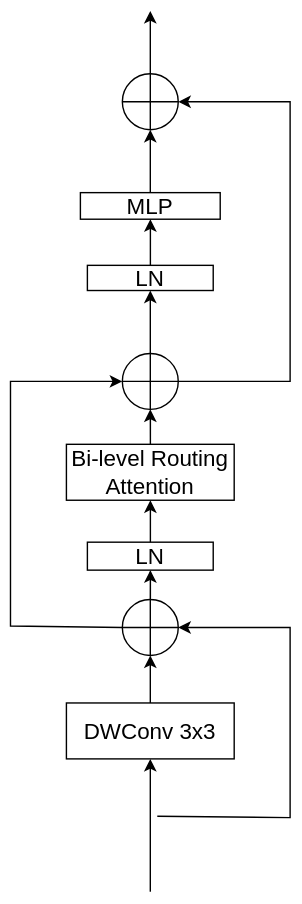
HTMLCSS-XD/draw.io keeps this draw.io diagram as BiFormer.drawio.svg. Above is the earlier version. Source tidied: cells renumbered, new cells last; positions are measured from the earlier drawing's top-left corner, leaving out a move shared by most shapes.
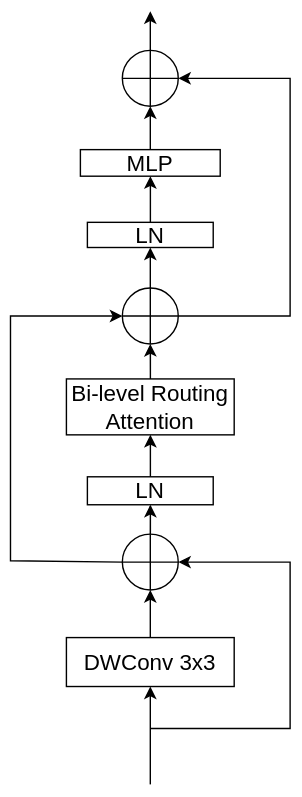
The same diagram one commit later.

What changed in the source:
```diff
@@ -6,18 +6,18 @@
       <mxGeometry relative="1" as="geometry" />
     </mxCell>
     <mxCell id="3" value="MLP" style="rounded=0;whiteSpace=wrap;html=1;fillColor=none;fontSize=16;" parent="1" vertex="1">
-      <mxGeometry x="50" y="130" width="100" height="19" as="geometry" />
+      <mxGeometry x="50" y="146" width="100" height="19" as="geometry" />
     </mxCell>
     <mxCell id="4" style="rounded=0;jettySize=auto;html=1;entryX=0.5;entryY=1;entryDx=0;entryDy=0;fontSize=16;" parent="1" edge="1" source="6" target="13">
       <mxGeometry relative="1" as="geometry" />
     </mxCell>
     <mxCell id="5" style="edgeStyle=none;rounded=0;jettySize=auto;html=1;entryX=0.5;entryY=1;entryDx=0;entryDy=0;" parent="1" edge="1" target="6">
       <mxGeometry relative="1" as="geometry">
-        <mxPoint x="100" y="630" as="sourcePoint" />
+        <mxPoint x="100" y="600" as="sourcePoint" />
       </mxGeometry>
     </mxCell>
     <mxCell id="6" value="DWConv 3x3" style="rounded=0;whiteSpace=wrap;html=1;fillColor=none;fontSize=16;" parent="1" vertex="1">
-      <mxGeometry x="40" y="495" width="120" height="40" as="geometry" />
+      <mxGeometry x="40" y="495" width="120" height="35" as="geometry" />
     </mxCell>
     <mxCell id="7" style="edgeStyle=orthogonalEdgeStyle;rounded=0;jettySize=auto;html=1;fontSize=16;" parent="1" edge="1" source="8" target="16">
       <mxGeometry relative="1" as="geometry" />
@@ -53,11 +53,11 @@
         </Array>
       </mxGeometry>
     </mxCell>
-    <mxCell id="15" style="edgeStyle=none;rounded=0;jettySize=auto;html=1;entryX=1;entryY=0.5;entryDx=0;entryDy=0;fontSize=16;" parent="1" edge="1" source="16" target="20">
+    <mxCell id="15" style="edgeStyle=none;rounded=0;jettySize=auto;html=1;entryX=1;entryY=0.5;entryDx=0;entryDy=0;fontSize=16;exitX=1;exitY=0.5;exitDx=0;exitDy=0;" parent="1" edge="1" source="16" target="20">
       <mxGeometry relative="1" as="geometry">
         <Array as="points">
           <mxPoint x="200" y="265" />
-          <mxPoint x="200" y="65" />
+          <mxPoint x="200" y="95" />
         </Array>
       </mxGeometry>
     </mxCell>
@@ -68,21 +68,22 @@
       <mxGeometry relative="1" as="geometry" />
     </mxCell>
     <mxCell id="18" value="LN" style="rounded=0;whiteSpace=wrap;html=1;fillColor=none;fontSize=16;" parent="1" vertex="1">
-      <mxGeometry x="55" y="182" width="90" height="18" as="geometry" />
+      <mxGeometry x="55" y="198" width="90" height="18" as="geometry" />
     </mxCell>
-    <mxCell id="19" style="edgeStyle=none;rounded=0;jettySize=auto;html=1;fontSize=16;" parent="1" edge="1" source="20">
+    <mxCell id="19" style="edgeStyle=none;rounded=0;orthogonalLoop=1;jettySize=auto;html=1;fontSize=16;" parent="1" edge="1">
       <mxGeometry relative="1" as="geometry">
-        <mxPoint x="100" as="targetPoint" />
+        <mxPoint x="100" y="106" as="sourcePoint" />
+        <mxPoint x="100" y="47" as="targetPoint" />
       </mxGeometry>
     </mxCell>
     <mxCell id="20" style="shape=orEllipse;perimeter=ellipsePerimeter;whiteSpace=wrap;html=1;backgroundOutline=1;fontSize=16;" parent="1" vertex="1">
-      <mxGeometry x="80" y="45" width="40" height="40" as="geometry" />
+      <mxGeometry x="80" y="75" width="40" height="40" as="geometry" />
     </mxCell>
     <mxCell id="21" style="edgeStyle=none;rounded=0;jettySize=auto;html=1;entryX=1;entryY=0.5;entryDx=0;entryDy=0;fontSize=16;" parent="1" edge="1" target="13">
       <mxGeometry relative="1" as="geometry">
-        <mxPoint x="105" y="576.1" as="sourcePoint" />
+        <mxPoint x="100" y="560" as="sourcePoint" />
         <Array as="points">
-          <mxPoint x="200" y="577" />
+          <mxPoint x="200" y="560" />
           <mxPoint x="200" y="441" />
         </Array>
       </mxGeometry>
```
